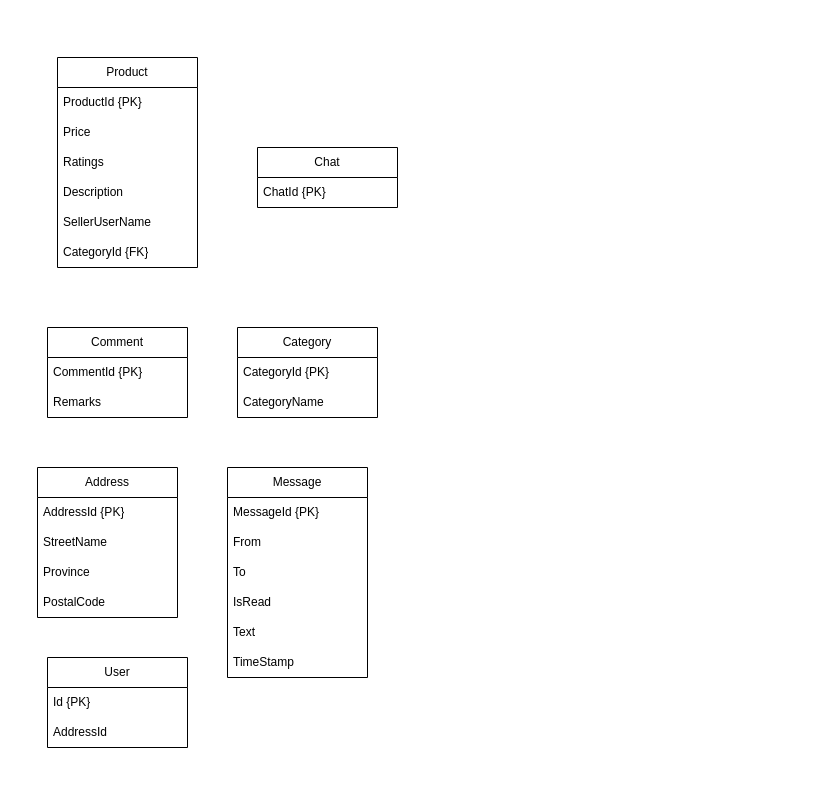
Above: MarketPlace.drawio in khutyu/MarketPlace (draw.io), before the change. Source tidied: cells renumbered, new cells numbered last; positions are measured from the earlier drawing's top-left corner, leaving out a move shared by most shapes. Both pictures are drawn from the tidied source at 100%, with x=0, y=0 at pixel (37, 57).
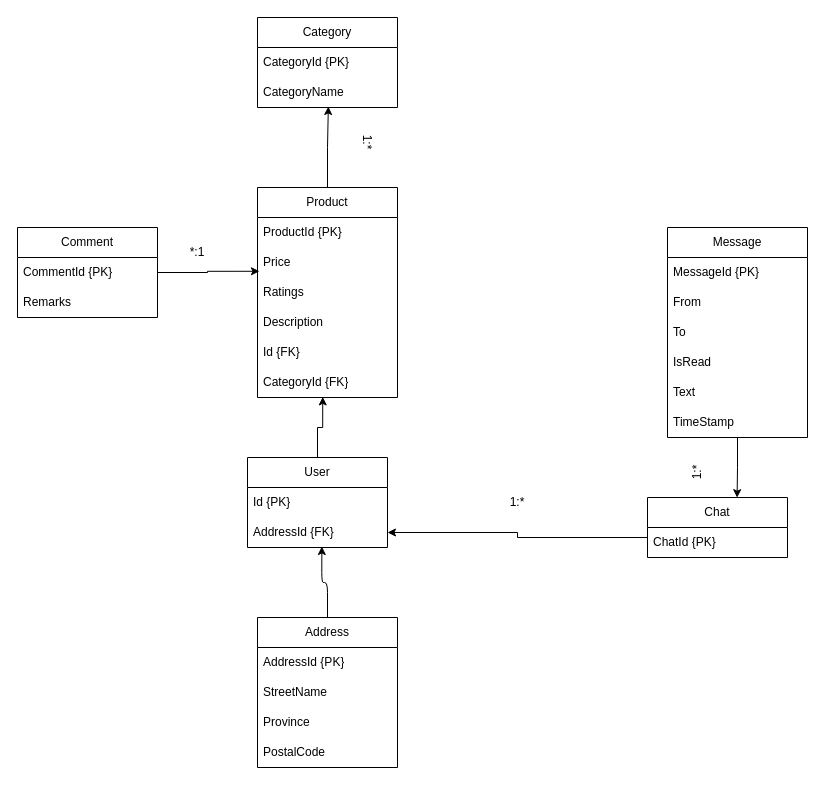
The same page after the edit.

Unchanged cells that the change refers to:
```xml
<mxCell id="4" value="Price" style="text;strokeColor=none;fillColor=none;align=left;verticalAlign=middle;spacingLeft=4;spacingRight=4;overflow=hidden;points=[[0,0.5],[1,0.5]];portConstraint=eastwest;whiteSpace=wrap;html=1;" parent="2" vertex="1">
  <mxGeometry y="60" width="140" height="30" as="geometry" />
</mxCell>
<mxCell id="8" value="CategoryId {FK}" style="text;strokeColor=none;fillColor=none;align=left;verticalAlign=middle;spacingLeft=4;spacingRight=4;overflow=hidden;points=[[0,0.5],[1,0.5]];portConstraint=eastwest;whiteSpace=wrap;html=1;" parent="2" vertex="1">
  <mxGeometry y="180" width="140" height="30" as="geometry" />
</mxCell>
<mxCell id="10" value="CommentId {PK}" style="text;strokeColor=none;fillColor=none;align=left;verticalAlign=middle;spacingLeft=4;spacingRight=4;overflow=hidden;points=[[0,0.5],[1,0.5]];portConstraint=eastwest;whiteSpace=wrap;html=1;" parent="9" vertex="1">
  <mxGeometry y="30" width="140" height="30" as="geometry" />
</mxCell>
<mxCell id="14" value="CategoryName" style="text;strokeColor=none;fillColor=none;align=left;verticalAlign=middle;spacingLeft=4;spacingRight=4;overflow=hidden;points=[[0,0.5],[1,0.5]];portConstraint=eastwest;whiteSpace=wrap;html=1;" parent="12" vertex="1">
  <mxGeometry y="60" width="140" height="30" as="geometry" />
</mxCell>
<mxCell id="28" value="ChatId {PK}" style="text;strokeColor=none;fillColor=none;align=left;verticalAlign=middle;spacingLeft=4;spacingRight=4;overflow=hidden;points=[[0,0.5],[1,0.5]];portConstraint=eastwest;whiteSpace=wrap;html=1;" parent="27" vertex="1">
  <mxGeometry y="30" width="140" height="30" as="geometry" />
</mxCell>
```

What changed in the source:
```diff
@@
     <mxCell id="2" value="Product" style="swimlane;fontStyle=0;horizontal=1;startSize=30;whiteSpace=wrap;html=1;" parent="1" vertex="1">
-      <mxGeometry x="20" width="140" height="210" as="geometry" />
+      <mxGeometry x="220" y="130" width="140" height="210" as="geometry" />
     </mxCell>
@@
-    <mxCell id="7" value="SellerUserName" style="text;strokeColor=none;fillColor=none;align=left;verticalAlign=middle;spacingLeft=4;spacingRight=4;overflow=hidden;whiteSpace=wrap;html=1;" parent="2" vertex="1">
+    <mxCell id="7" value="Id {FK}" style="text;strokeColor=none;fillColor=none;align=left;verticalAlign=middle;spacingLeft=4;spacingRight=4;overflow=hidden;whiteSpace=wrap;html=1;" parent="2" vertex="1">
       <mxGeometry y="150" width="140" height="30" as="geometry" />
     </mxCell>
@@
     <mxCell id="9" value="Comment" style="swimlane;fontStyle=0;horizontal=1;startSize=30;whiteSpace=wrap;html=1;" parent="1" vertex="1">
-      <mxGeometry x="10" y="270" width="140" height="90" as="geometry" />
+      <mxGeometry x="-20" y="170" width="140" height="90" as="geometry" />
     </mxCell>
@@
     <mxCell id="12" value="Category" style="swimlane;fontStyle=0;horizontal=1;startSize=30;whiteSpace=wrap;html=1;" parent="1" vertex="1">
-      <mxGeometry x="200" y="270" width="140" height="90" as="geometry" />
+      <mxGeometry x="220" y="-40" width="140" height="90" as="geometry" />
     </mxCell>
@@
     <mxCell id="15" value="Address" style="swimlane;fontStyle=0;horizontal=1;startSize=30;whiteSpace=wrap;html=1;" parent="1" vertex="1">
-      <mxGeometry y="410" width="140" height="150" as="geometry" />
+      <mxGeometry x="220" y="560" width="140" height="150" as="geometry" />
     </mxCell>
@@
     <mxCell id="20" value="Message" style="swimlane;fontStyle=0;horizontal=1;startSize=30;whiteSpace=wrap;html=1;" parent="1" vertex="1">
-      <mxGeometry x="190" y="410" width="140" height="210" as="geometry" />
+      <mxGeometry x="630" y="170" width="140" height="210" as="geometry" />
     </mxCell>
@@
     <mxCell id="27" value="Chat" style="swimlane;fontStyle=0;horizontal=1;startSize=30;whiteSpace=wrap;html=1;" parent="1" vertex="1">
-      <mxGeometry x="220" y="90" width="140" height="60" as="geometry" />
+      <mxGeometry x="610" y="440" width="140" height="60" as="geometry" />
     </mxCell>
@@
+    <mxCell id="32" style="edgeStyle=orthogonalEdgeStyle;rounded=0;jettySize=auto;html=1;entryX=0.466;entryY=0.98;entryDx=0;entryDy=0;entryPerimeter=0;" parent="1" edge="1" source="29" target="8">
+      <mxGeometry relative="1" as="geometry" />
+    </mxCell>
     <mxCell id="29" value="User" style="swimlane;fontStyle=0;horizontal=1;startSize=30;whiteSpace=wrap;html=1;" parent="1" vertex="1">
-      <mxGeometry x="10" y="600" width="140" height="90" as="geometry" />
+      <mxGeometry x="210" y="400" width="140" height="90" as="geometry" />
     </mxCell>
@@
-    <mxCell id="31" value="AddressId" style="text;strokeColor=none;fillColor=none;align=left;verticalAlign=middle;spacingLeft=4;spacingRight=4;overflow=hidden;points=[[0,0.5],[1,0.5]];portConstraint=eastwest;whiteSpace=wrap;html=1;" parent="29" vertex="1">
+    <mxCell id="31" value="AddressId {FK}" style="text;strokeColor=none;fillColor=none;align=left;verticalAlign=middle;spacingLeft=4;spacingRight=4;overflow=hidden;points=[[0,0.5],[1,0.5]];portConstraint=eastwest;whiteSpace=wrap;html=1;" parent="29" vertex="1">
       <mxGeometry y="60" width="140" height="30" as="geometry" />
     </mxCell>
+    <mxCell id="33" style="edgeStyle=orthogonalEdgeStyle;rounded=1;jettySize=auto;html=1;entryX=0.531;entryY=0.967;entryDx=0;entryDy=0;entryPerimeter=0;" parent="1" edge="1" source="15" target="31">
+      <mxGeometry relative="1" as="geometry" />
+    </mxCell>
+    <mxCell id="34" style="edgeStyle=orthogonalEdgeStyle;rounded=0;jettySize=auto;html=1;entryX=0.014;entryY=0.793;entryDx=0;entryDy=0;entryPerimeter=0;" parent="1" edge="1" source="10" target="4">
+      <mxGeometry relative="1" as="geometry" />
+    </mxCell>
+    <mxCell id="35" style="edgeStyle=orthogonalEdgeStyle;rounded=0;jettySize=auto;html=1;entryX=1;entryY=0.5;entryDx=0;entryDy=0;" parent="1" edge="1" source="28" target="31">
+      <mxGeometry relative="1" as="geometry">
+        <Array as="points">
+          <mxPoint x="480" y="480" />
+          <mxPoint x="480" y="475" />
+        </Array>
+      </mxGeometry>
+    </mxCell>
+    <mxCell id="36" style="edgeStyle=orthogonalEdgeStyle;rounded=0;jettySize=auto;html=1;entryX=0.64;entryY=0.003;entryDx=0;entryDy=0;entryPerimeter=0;" parent="1" edge="1" source="20" target="27">
+      <mxGeometry relative="1" as="geometry" />
+    </mxCell>
+    <mxCell id="37" style="edgeStyle=orthogonalEdgeStyle;rounded=0;jettySize=auto;html=1;entryX=0.506;entryY=0.967;entryDx=0;entryDy=0;entryPerimeter=0;" parent="1" edge="1" source="2" target="14">
+      <mxGeometry relative="1" as="geometry" />
+    </mxCell>
+    <mxCell id="38" value="1:*" style="text;html=1;align=center;verticalAlign=middle;whiteSpace=wrap;rounded=0;" parent="1" vertex="1">
+      <mxGeometry x="450" y="430" width="60" height="30" as="geometry" />
+    </mxCell>
+    <mxCell id="39" value="*:1" style="text;html=1;align=center;verticalAlign=middle;whiteSpace=wrap;rounded=0;" parent="1" vertex="1">
+      <mxGeometry x="130" y="180" width="60" height="30" as="geometry" />
+    </mxCell>
+    <mxCell id="40" value="1:*" style="text;html=1;align=center;verticalAlign=middle;whiteSpace=wrap;rounded=0;rotation=90;" parent="1" vertex="1">
+      <mxGeometry x="300" y="70" width="60" height="30" as="geometry" />
+    </mxCell>
+    <mxCell id="41" value="1:*" style="text;html=1;align=center;verticalAlign=middle;whiteSpace=wrap;rounded=0;rotation=-90;" parent="1" vertex="1">
+      <mxGeometry x="630" y="400" width="60" height="30" as="geometry" />
+    </mxCell>
```
